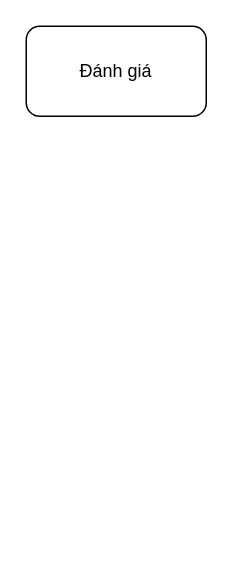
The draw.io diagram page "Page-5" (4 of 4) of introduce_project.drawio in NgocHai2004/Predict_Writing_Score, before the edit. Source tidied: cells renumbered, new cells numbered last; positions are measured from the earlier drawing's top-left corner, leaving out a move shared by most shapes. Both pictures are drawn from the tidied source at 150%, with x=0, y=0 at pixel (26, 26).
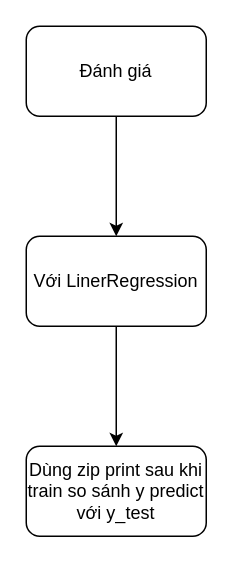
Above is the later version.

What changed in the source:
```diff
@@
 <mxGraphModel>
   <root>
     <mxCell id="0" />
     <mxCell id="1" parent="0" />
+    <mxCell id="3" style="edgeStyle=orthogonalEdgeStyle;rounded=0;jettySize=auto;html=1;" parent="1" edge="1" source="2" target="5">
+      <mxGeometry relative="1" as="geometry" />
+    </mxCell>
     <mxCell id="2" value="Đánh giá" style="rounded=1;whiteSpace=wrap;html=1;" parent="1" vertex="1">
       <mxGeometry width="120" height="60" as="geometry" />
     </mxCell>
+    <mxCell id="4" style="edgeStyle=orthogonalEdgeStyle;rounded=0;jettySize=auto;html=1;" parent="1" edge="1" source="5" target="6">
+      <mxGeometry relative="1" as="geometry" />
+    </mxCell>
+    <mxCell id="5" value="Với LinerRegression" style="whiteSpace=wrap;html=1;rounded=1;" parent="1" vertex="1">
+      <mxGeometry y="140" width="120" height="60" as="geometry" />
+    </mxCell>
+    <mxCell id="6" value="Dùng zip print sau khi train so sánh y predict với y_test" style="whiteSpace=wrap;html=1;rounded=1;" parent="1" vertex="1">
+      <mxGeometry y="280" width="120" height="60" as="geometry" />
+    </mxCell>
   </root>
 </mxGraphModel>
```
